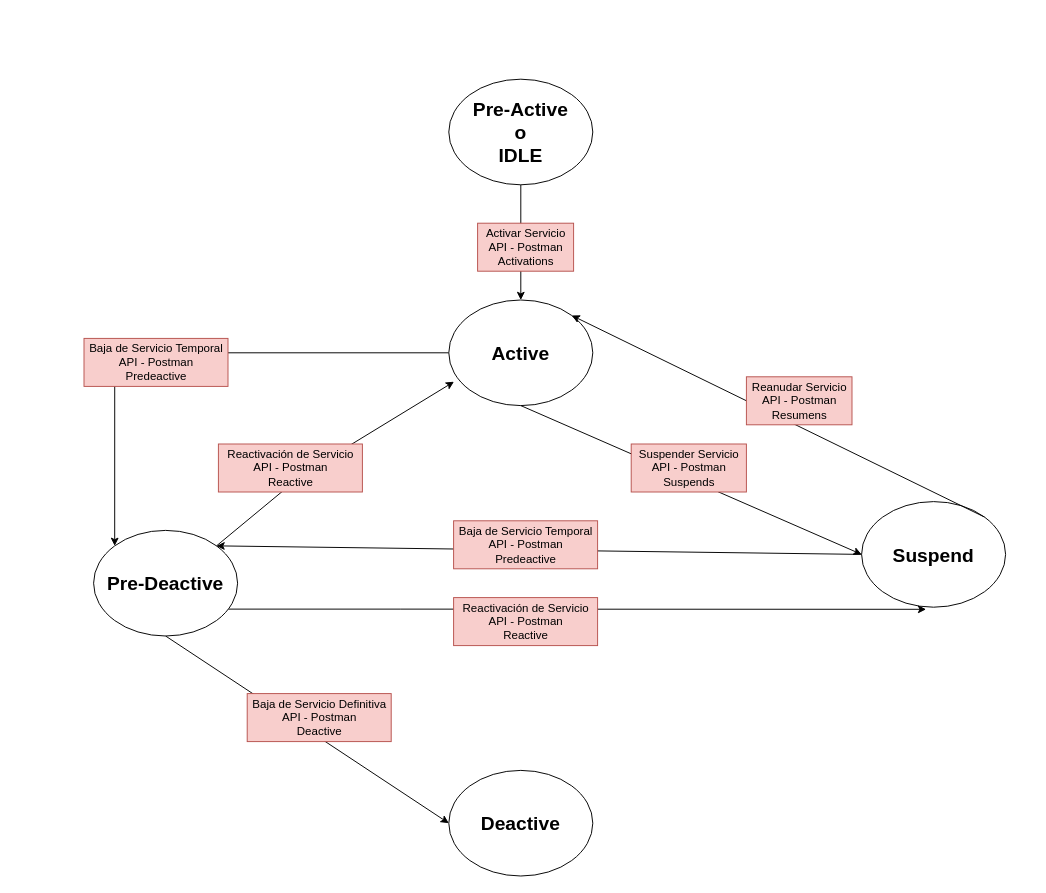
Earlier version of the draw.io diagram Ciclo de vida de un DN.drawio (MarcosRugerio/AltanRedes). Source tidied: cells renumbered, new cells numbered last; positions are measured from the earlier drawing's top-left corner, leaving out a move shared by most shapes. Both pictures are drawn from the tidied source at 96%, with x=0, y=0 at pixel (84, 79).
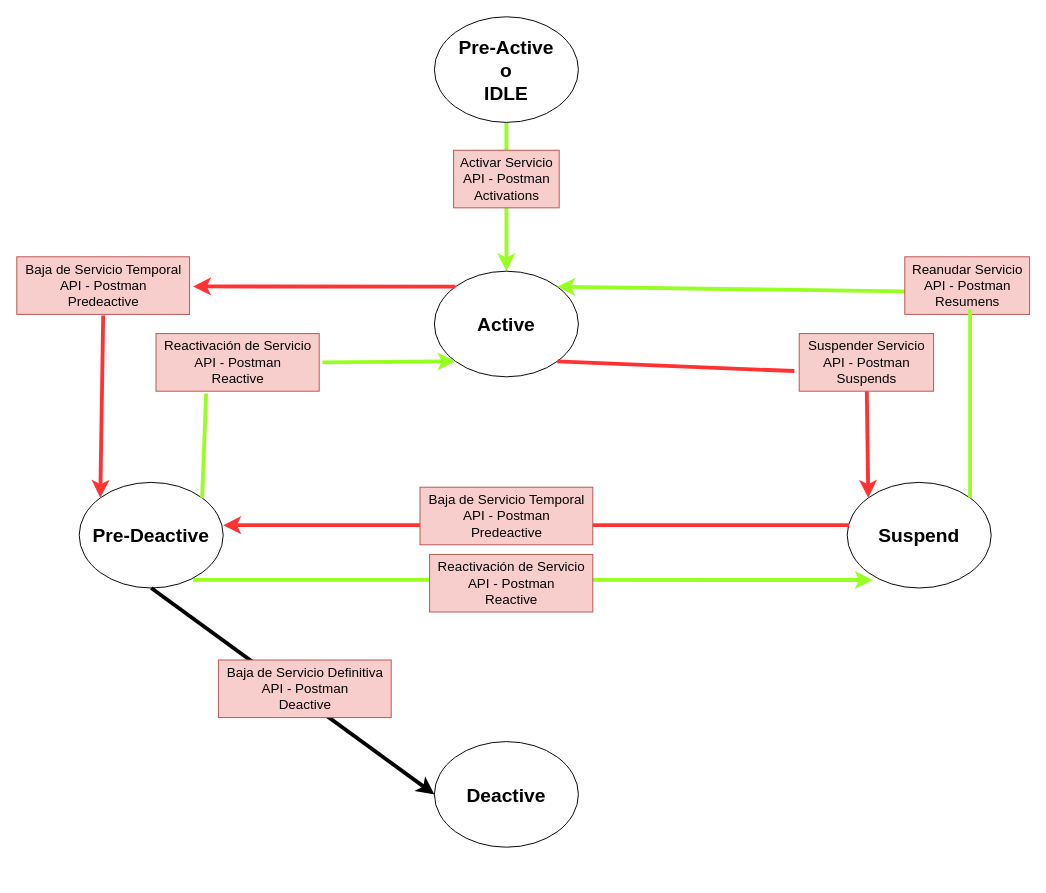
The same diagram, later.

What changed in the source:
```diff
@@
-<mxGraphModel>
+<mxGraphModel background="#ffffff">
@@
-    <mxCell id="2" style="edgeStyle=orthogonalEdgeStyle;rounded=0;jettySize=auto;html=1;exitX=0.5;exitY=1;exitDx=0;exitDy=0;entryX=0.5;entryY=0;entryDx=0;entryDy=0;" parent="1" edge="1" source="3" target="5">
+    <mxCell id="2" style="edgeStyle=orthogonalEdgeStyle;rounded=0;jettySize=auto;html=1;exitX=0.5;exitY=1;exitDx=0;exitDy=0;entryX=0.5;entryY=0;entryDx=0;entryDy=0;strokeColor=#97FF21;strokeWidth=4;" parent="1" edge="1" source="3" target="5">
       <mxGeometry relative="1" as="geometry" />
     </mxCell>
     <mxCell id="3" value="Pre-Active&lt;br style=&quot;font-size: 20px;&quot;&gt;o&lt;br style=&quot;font-size: 20px;&quot;&gt;IDLE" style="ellipse;whiteSpace=wrap;html=1;fontSize=20;fontStyle=1;" parent="1" vertex="1">
-      <mxGeometry x="380" width="150" height="110" as="geometry" />
+      <mxGeometry x="365" y="-65" width="150" height="110" as="geometry" />
     </mxCell>
-    <mxCell id="4" style="edgeStyle=orthogonalEdgeStyle;rounded=0;jettySize=auto;html=1;entryX=0;entryY=0;entryDx=0;entryDy=0;" parent="1" edge="1" source="5" target="8">
-      <mxGeometry relative="1" as="geometry">
-        <Array as="points">
-          <mxPoint x="32" y="285" />
-        </Array>
-      </mxGeometry>
-    </mxCell>
     <mxCell id="5" value="Active" style="ellipse;whiteSpace=wrap;html=1;strokeWidth=1;perimeterSpacing=0;fontSize=20;fontStyle=1;" parent="1" vertex="1">
-      <mxGeometry x="380" y="230" width="150" height="110" as="geometry" />
+      <mxGeometry x="365" y="200" width="150" height="110" as="geometry" />
     </mxCell>
     <mxCell id="6" value="Suspend" style="ellipse;whiteSpace=wrap;html=1;fontSize=20;fontStyle=1;" parent="1" vertex="1">
-      <mxGeometry x="810" y="440" width="150" height="110" as="geometry" />
+      <mxGeometry x="795" y="420" width="150" height="110" as="geometry" />
     </mxCell>
-    <mxCell id="7" style="edgeStyle=orthogonalEdgeStyle;rounded=0;jettySize=auto;html=1;entryX=0.448;entryY=1.02;entryDx=0;entryDy=0;entryPerimeter=0;" parent="1" edge="1" source="8" target="6">
+    <mxCell id="7" style="edgeStyle=orthogonalEdgeStyle;rounded=0;jettySize=auto;html=1;entryX=0.178;entryY=0.924;entryDx=0;entryDy=0;entryPerimeter=0;exitX=0.806;exitY=0.945;exitDx=0;exitDy=0;exitPerimeter=0;strokeColor=#97FF21;strokeWidth=4;" parent="1" edge="1" source="8" target="6">
       <mxGeometry relative="1" as="geometry">
         <Array as="points">
-          <mxPoint x="330" y="552" />
-          <mxPoint x="330" y="552" />
+          <mxPoint x="116" y="522" />
         </Array>
       </mxGeometry>
     </mxCell>
     <mxCell id="8" value="Pre-Deactive" style="ellipse;whiteSpace=wrap;html=1;fontSize=20;fontStyle=1;" parent="1" vertex="1">
-      <mxGeometry x="10" y="470" width="150" height="110" as="geometry" />
+      <mxGeometry x="-5" y="420" width="150" height="110" as="geometry" />
     </mxCell>
     <mxCell id="9" value="Deactive" style="ellipse;whiteSpace=wrap;html=1;fontSize=20;fontStyle=1;" parent="1" vertex="1">
-      <mxGeometry x="380" y="720" width="150" height="110" as="geometry" />
+      <mxGeometry x="365" y="690" width="150" height="110" as="geometry" />
     </mxCell>
-    <mxCell id="10" value="Activar Servicio&lt;br&gt;API - Postman&lt;br&gt;Activations" style="text;html=1;align=center;verticalAlign=middle;strokeWidth=1;fillColor=#f8cecc;strokeColor=#b85450;" parent="1" vertex="1">
-      <mxGeometry x="410" y="150" width="100" height="50" as="geometry" />
+    <mxCell id="10" value="Activar Servicio&lt;br style=&quot;font-size: 14px;&quot;&gt;API - Postman&lt;br style=&quot;font-size: 14px;&quot;&gt;Activations" style="text;html=1;align=center;verticalAlign=middle;strokeWidth=1;fillColor=#f8cecc;strokeColor=#b85450;fontSize=14;" parent="1" vertex="1">
+      <mxGeometry x="385" y="74" width="110" height="60" as="geometry" />
     </mxCell>
-    <mxCell id="11" style="endArrow=classic;html=1;rounded=0;exitX=0.5;exitY=1;exitDx=0;exitDy=0;" parent="1" edge="1" source="5">
-      <mxGeometry relative="1" as="geometry">
-        <mxPoint x="810" y="495" as="targetPoint" />
-      </mxGeometry>
+    <mxCell id="11" style="endArrow=classic;html=1;rounded=0;entryX=0;entryY=0;entryDx=0;entryDy=0;startArrow=none;strokeWidth=4;strokeColor=#FF3333;" parent="1" edge="1" source="12" target="6">
+      <mxGeometry relative="1" as="geometry" />
     </mxCell>
-    <mxCell id="12" value="Suspender Servicio&lt;br&gt;API - Postman&lt;br&gt;Suspends" style="text;html=1;align=center;verticalAlign=middle;points=[];strokeWidth=1;fillColor=#f8cecc;strokeColor=#b85450;" parent="1" vertex="1">
-      <mxGeometry x="570" y="380" width="120" height="50" as="geometry" />
-    </mxCell>
-    <mxCell id="13" style="endArrow=classic;html=1;rounded=0;exitX=1;exitY=0;exitDx=0;exitDy=0;entryX=1;entryY=0;entryDx=0;entryDy=0;" parent="1" edge="1" source="6" target="5">
+    <mxCell id="13" style="endArrow=classic;exitX=0.001;exitY=0.6;exitDx=0;exitDy=0;entryX=1;entryY=0;entryDx=0;entryDy=0;startArrow=none;exitPerimeter=0;fontColor=#97FF21;fontSize=14;html=1;rounded=0;strokeColor=#97FF21;jumpSize=11;strokeWidth=4;" parent="1" edge="1" source="14" target="5">
       <mxGeometry relative="1" as="geometry" />
     </mxCell>
-    <mxCell id="14" value="Reanudar Servicio&lt;br&gt;API - Postman&lt;br&gt;Resumens" style="text;html=1;align=center;verticalAlign=middle;points=[];strokeWidth=1;fillColor=#f8cecc;strokeColor=#b85450;" parent="1" vertex="1">
-      <mxGeometry x="690" y="310" width="110" height="50" as="geometry" />
-    </mxCell>
-    <mxCell id="15" style="endArrow=classic;html=1;rounded=0;entryX=1;entryY=0;entryDx=0;entryDy=0;exitX=0;exitY=0.5;exitDx=0;exitDy=0;" parent="1" edge="1" source="6" target="8">
+    <mxCell id="15" style="endArrow=classic;html=1;rounded=0;entryX=1;entryY=0.405;entryDx=0;entryDy=0;exitX=0.014;exitY=0.405;exitDx=0;exitDy=0;exitPerimeter=0;entryPerimeter=0;strokeColor=#FF3333;strokeWidth=4;" parent="1" edge="1" source="6" target="8">
       <mxGeometry relative="1" as="geometry" />
     </mxCell>
-    <mxCell id="16" value="Baja de Servicio Temporal&lt;br&gt;API - Postman&lt;br&gt;Predeactive" style="text;html=1;align=center;verticalAlign=middle;strokeWidth=1;fillColor=#f8cecc;strokeColor=#b85450;" parent="1" vertex="1">
-      <mxGeometry x="385" y="460" width="150" height="50" as="geometry" />
+    <mxCell id="16" value="Baja de Servicio Temporal&lt;br style=&quot;font-size: 14px;&quot;&gt;API - Postman&lt;br style=&quot;font-size: 14px;&quot;&gt;Predeactive" style="text;html=1;align=center;verticalAlign=middle;strokeWidth=1;fillColor=#f8cecc;strokeColor=#b85450;fontSize=14;" parent="1" vertex="1">
+      <mxGeometry x="350" y="425" width="180" height="60" as="geometry" />
     </mxCell>
-    <mxCell id="17" value="Reactivación de Servicio&lt;br&gt;API - Postman&lt;br&gt;Reactive" style="text;html=1;align=center;verticalAlign=middle;strokeWidth=1;fillColor=#f8cecc;strokeColor=#b85450;" parent="1" vertex="1">
-      <mxGeometry x="385" y="540" width="150" height="50" as="geometry" />
+    <mxCell id="17" value="Reactivación de Servicio&lt;br style=&quot;font-size: 14px;&quot;&gt;API - Postman&lt;br style=&quot;font-size: 14px;&quot;&gt;Reactive" style="text;html=1;align=center;verticalAlign=middle;strokeWidth=1;fillColor=#f8cecc;strokeColor=#b85450;fontSize=14;" parent="1" vertex="1">
+      <mxGeometry x="360" y="495" width="170" height="60" as="geometry" />
     </mxCell>
-    <mxCell id="18" value="Baja de Servicio Temporal&lt;br&gt;API - Postman&lt;br&gt;Predeactive" style="text;html=1;align=center;verticalAlign=middle;points=[];strokeWidth=1;fillColor=#f8cecc;strokeColor=#b85450;" parent="1" vertex="1">
-      <mxGeometry y="270" width="150" height="50" as="geometry" />
-    </mxCell>
-    <mxCell id="19" style="endArrow=classic;html=1;rounded=0;entryX=0.036;entryY=0.774;entryDx=0;entryDy=0;entryPerimeter=0;exitX=1;exitY=0;exitDx=0;exitDy=0;" parent="1" edge="1" source="8" target="5">
-      <mxGeometry relative="1" as="geometry">
-        <Array as="points">
-          <mxPoint x="230" y="410" />
-        </Array>
-      </mxGeometry>
+    <mxCell id="19" style="endArrow=classic;html=1;rounded=0;entryX=0;entryY=1;entryDx=0;entryDy=0;exitX=1.02;exitY=0.5;exitDx=0;exitDy=0;startArrow=none;exitPerimeter=0;strokeColor=#97FF21;strokeWidth=4;" parent="1" edge="1" source="20" target="5">
+      <mxGeometry relative="1" as="geometry" />
     </mxCell>
-    <mxCell id="20" value="Reactivación de Servicio&lt;br&gt;API - Postman&lt;br&gt;Reactive" style="text;html=1;align=center;verticalAlign=middle;points=[];strokeWidth=1;fillColor=#f8cecc;strokeColor=#b85450;" parent="1" vertex="1">
-      <mxGeometry x="140" y="380" width="150" height="50" as="geometry" />
-    </mxCell>
-    <mxCell id="21" style="endArrow=classic;html=1;rounded=0;exitX=0.5;exitY=1;exitDx=0;exitDy=0;entryX=0;entryY=0.5;entryDx=0;entryDy=0;" parent="1" edge="1" source="8" target="9">
+    <mxCell id="21" style="endArrow=classic;html=1;rounded=0;exitX=0.5;exitY=1;exitDx=0;exitDy=0;entryX=0;entryY=0.5;entryDx=0;entryDy=0;strokeWidth=4;" parent="1" edge="1" source="8" target="9">
       <mxGeometry relative="1" as="geometry" />
     </mxCell>
-    <mxCell id="22" value="Baja de Servicio Definitiva&lt;br&gt;API - Postman&lt;br&gt;Deactive" style="text;html=1;align=center;verticalAlign=middle;strokeWidth=1;fillColor=#f8cecc;strokeColor=#b85450;" parent="1" vertex="1">
-      <mxGeometry x="170" y="640" width="150" height="50" as="geometry" />
+    <mxCell id="22" value="Baja de Servicio Definitiva&lt;br style=&quot;font-size: 14px;&quot;&gt;API - Postman&lt;br style=&quot;font-size: 14px;&quot;&gt;Deactive" style="text;html=1;align=center;verticalAlign=middle;strokeWidth=1;fillColor=#f8cecc;strokeColor=#b85450;fontSize=14;" parent="1" vertex="1">
+      <mxGeometry x="140" y="605" width="180" height="60" as="geometry" />
     </mxCell>
+    <mxCell id="12" value="Suspender Servicio&lt;br style=&quot;font-size: 14px;&quot;&gt;API - Postman&lt;br style=&quot;font-size: 14px;&quot;&gt;Suspends" style="text;html=1;align=center;verticalAlign=middle;points=[];strokeWidth=1;fillColor=#f8cecc;strokeColor=#b85450;fontSize=14;" parent="1" vertex="1">
+      <mxGeometry x="745" y="265" width="140" height="60" as="geometry" />
+    </mxCell>
+    <mxCell id="23" style="endArrow=none;html=1;rounded=0;exitX=1;exitY=1;exitDx=0;exitDy=0;strokeColor=#FF3333;strokeWidth=4;entryX=-0.036;entryY=0.65;entryDx=0;entryDy=0;entryPerimeter=0;" parent="1" edge="1" source="5" target="12">
+      <mxGeometry relative="1" as="geometry" />
+    </mxCell>
+    <mxCell id="14" value="Reanudar Servicio&lt;br style=&quot;font-size: 14px;&quot;&gt;API - Postman&lt;br style=&quot;font-size: 14px;&quot;&gt;Resumens" style="text;html=1;align=center;verticalAlign=middle;points=[];strokeWidth=1;fillColor=#f8cecc;strokeColor=#b85450;fontSize=14;" parent="1" vertex="1">
+      <mxGeometry x="855" y="185" width="130" height="60" as="geometry" />
+    </mxCell>
+    <mxCell id="24" style="endArrow=none;html=1;rounded=0;exitX=1;exitY=0;exitDx=0;exitDy=0;fontColor=#97FF21;strokeColor=#97FF21;strokeWidth=4;" parent="1" edge="1" source="6">
+      <mxGeometry relative="1" as="geometry">
+        <mxPoint x="923" y="240" as="targetPoint" />
+      </mxGeometry>
+    </mxCell>
+    <mxCell id="18" value="Baja de Servicio Temporal&lt;br style=&quot;font-size: 14px;&quot;&gt;API - Postman&lt;br style=&quot;font-size: 14px;&quot;&gt;Predeactive" style="text;html=1;align=center;verticalAlign=middle;points=[];strokeWidth=1;fillColor=#f8cecc;strokeColor=#b85450;fontSize=14;" parent="1" vertex="1">
+      <mxGeometry x="-70" y="185" width="180" height="60" as="geometry" />
+    </mxCell>
+    <mxCell id="25" style="endArrow=classic;html=1;rounded=0;fontSize=20;entryX=1.02;entryY=0.514;entryDx=0;entryDy=0;entryPerimeter=0;exitX=0;exitY=0;exitDx=0;exitDy=0;strokeColor=#FF3333;strokeWidth=4;" parent="1" edge="1" source="5" target="18">
+      <mxGeometry relative="1" as="geometry" />
+    </mxCell>
+    <mxCell id="26" style="endArrow=classic;html=1;rounded=0;fontSize=20;exitX=0.5;exitY=1.02;exitDx=0;exitDy=0;exitPerimeter=0;entryX=0;entryY=0;entryDx=0;entryDy=0;strokeColor=#FF3333;strokeWidth=4;" parent="1" edge="1" source="18" target="8">
+      <mxGeometry relative="1" as="geometry" />
+    </mxCell>
+    <mxCell id="20" value="Reactivación de Servicio&lt;br style=&quot;font-size: 14px;&quot;&gt;API - Postman&lt;br style=&quot;font-size: 14px;&quot;&gt;Reactive" style="text;html=1;align=center;verticalAlign=middle;points=[];strokeWidth=1;fillColor=#f8cecc;strokeColor=#b85450;fontSize=14;" parent="1" vertex="1">
+      <mxGeometry x="75" y="265" width="170" height="60" as="geometry" />
+    </mxCell>
+    <mxCell id="27" style="endArrow=none;html=1;rounded=0;entryX=0.307;entryY=1.04;entryDx=0;entryDy=0;entryPerimeter=0;exitX=1;exitY=0;exitDx=0;exitDy=0;strokeColor=#97FF21;strokeWidth=4;" parent="1" edge="1" source="8" target="20">
+      <mxGeometry relative="1" as="geometry" />
+    </mxCell>
```
